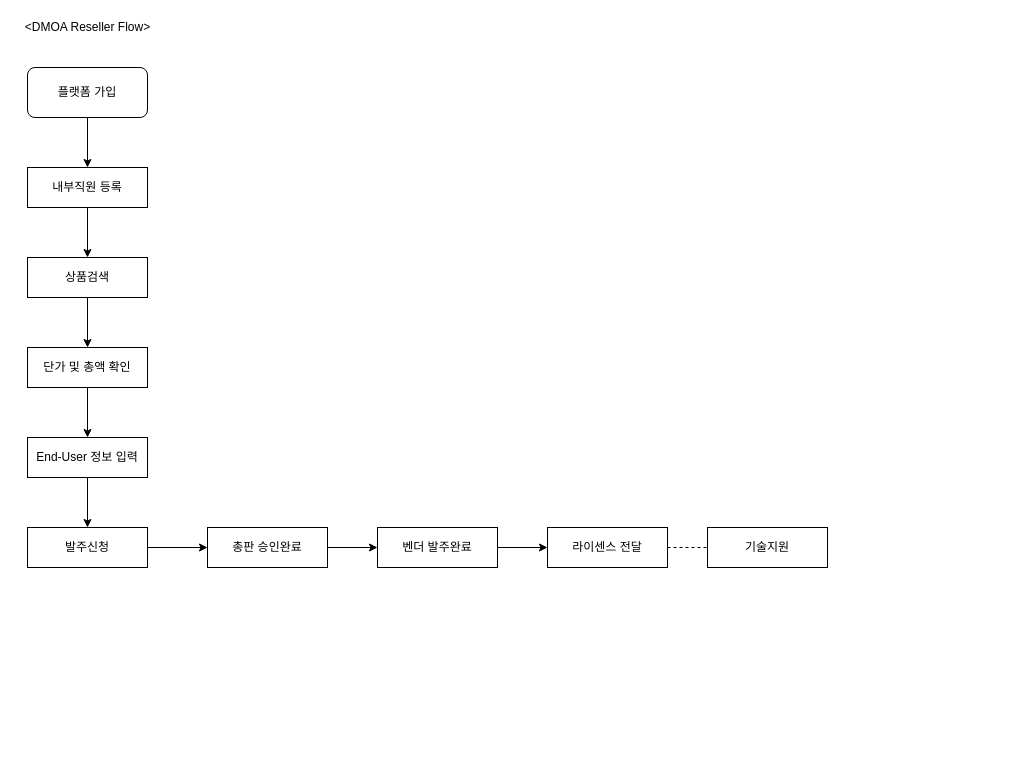
Earlier version of the draw.io diagram DMOA flow.drawio (Lucidhomme/TIL). Source tidied: cells renumbered, new cells numbered last; positions are measured from the earlier drawing's top-left corner, leaving out a move shared by most shapes. Both pictures are drawn from the tidied source at 100%, with x=0, y=0 at pixel (17, 17).
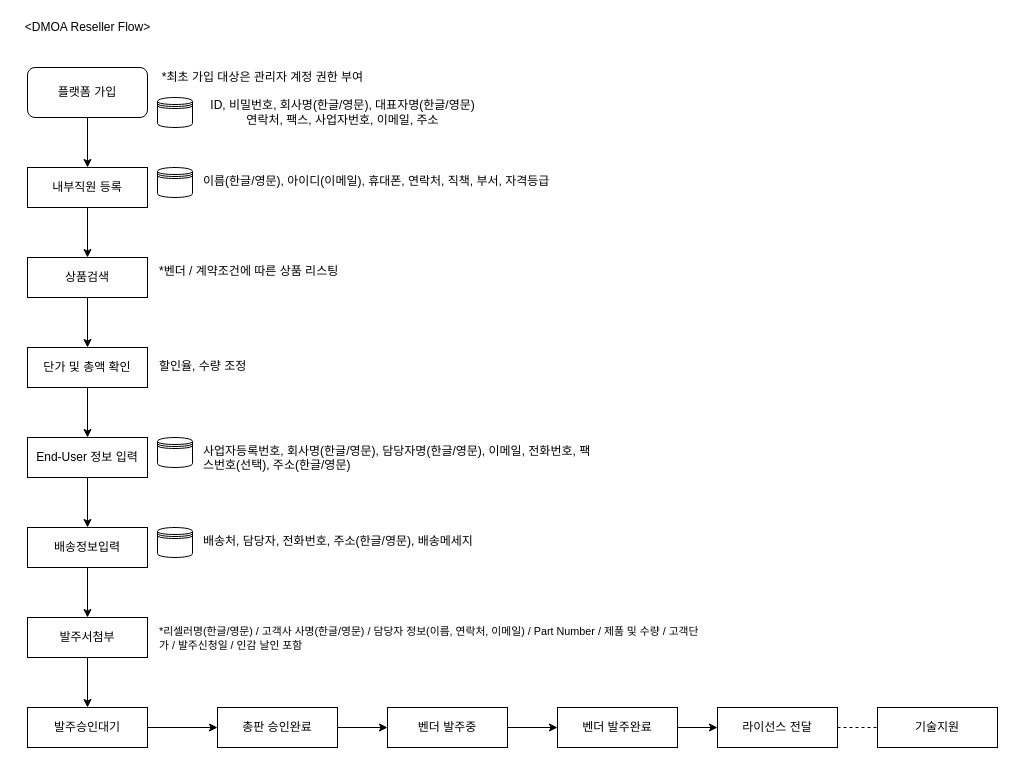
The same diagram, later.

Diff of the diagram source:
```diff
@@
-    <mxCell id="13" style="edgeStyle=orthogonalEdgeStyle;rounded=0;jettySize=auto;html=1;" parent="1" edge="1" source="14" target="16">
-      <mxGeometry relative="1" as="geometry" />
-    </mxCell>
+    <mxCell id="22" style="edgeStyle=orthogonalEdgeStyle;rounded=0;jettySize=auto;html=1;" parent="1" edge="1" source="14" target="34">
+      <mxGeometry relative="1" as="geometry" />
+    </mxCell>
-    <mxCell id="14" value="발주신청" style="rounded=0;whiteSpace=wrap;html=1;" parent="1" vertex="1">
+    <mxCell id="14" value="배송정보입력" style="rounded=0;whiteSpace=wrap;html=1;" parent="1" vertex="1">
       <mxGeometry x="10" y="510" width="120" height="40" as="geometry" />
     </mxCell>
@@
     <mxCell id="16" value="총판 승인완료" style="rounded=0;whiteSpace=wrap;html=1;" parent="1" vertex="1">
-      <mxGeometry x="190" y="510" width="120" height="40" as="geometry" />
+      <mxGeometry x="200" y="690" width="120" height="40" as="geometry" />
     </mxCell>
@@
-    <mxCell id="18" value="벤더 발주완료" style="rounded=0;whiteSpace=wrap;html=1;" parent="1" vertex="1">
-      <mxGeometry x="360" y="510" width="120" height="40" as="geometry" />
+    <mxCell id="18" value="벤더 발주중" style="rounded=0;whiteSpace=wrap;html=1;" parent="1" vertex="1">
+      <mxGeometry x="370" y="690" width="120" height="40" as="geometry" />
     </mxCell>
+    <mxCell id="23" style="edgeStyle=orthogonalEdgeStyle;rounded=0;jettySize=auto;html=1;fontColor=#000000;" parent="1" edge="1" source="19" target="40">
+      <mxGeometry relative="1" as="geometry" />
+    </mxCell>
-    <mxCell id="19" value="라이센스 전달" style="rounded=0;whiteSpace=wrap;html=1;" parent="1" vertex="1">
-      <mxGeometry x="530" y="510" width="120" height="40" as="geometry" />
+    <mxCell id="19" value="벤더 발주완료" style="rounded=0;whiteSpace=wrap;html=1;" parent="1" vertex="1">
+      <mxGeometry x="540" y="690" width="120" height="40" as="geometry" />
     </mxCell>
     <mxCell id="20" value="기술지원" style="rounded=0;whiteSpace=wrap;html=1;" parent="1" vertex="1">
-      <mxGeometry x="690" y="510" width="120" height="40" as="geometry" />
+      <mxGeometry x="860" y="690" width="120" height="40" as="geometry" />
     </mxCell>
     <mxCell id="21" style="endArrow=none;dashed=1;html=1;rounded=0;" parent="1" edge="1">
       <mxGeometry relative="1" as="geometry">
-        <mxPoint x="650" y="530" as="sourcePoint" />
-        <mxPoint x="690" y="530" as="targetPoint" />
+        <mxPoint x="820" y="710" as="sourcePoint" />
+        <mxPoint x="860" y="710" as="targetPoint" />
       </mxGeometry>
     </mxCell>
+    <mxCell id="24" style="shape=datastore;whiteSpace=wrap;html=1;" parent="1" vertex="1">
+      <mxGeometry x="140" y="80" width="35" height="30" as="geometry" />
+    </mxCell>
+    <mxCell id="25" value="*최초 가입 대상은 관리자 계정 권한 부여" style="text;html=1;align=center;verticalAlign=middle;fillColor=none;strokeColor=none;rounded=0;" parent="1" vertex="1">
+      <mxGeometry x="130" y="50" width="230" height="20" as="geometry" />
+    </mxCell>
+    <mxCell id="26" value="ID, 비밀번호, 회사명(한글/영문), 대표자명(한글/영문)&lt;br&gt;연락처, 팩스, 사업자번호, 이메일, 주소" style="text;html=1;align=center;verticalAlign=middle;fillColor=none;strokeColor=none;rounded=0;" parent="1" vertex="1">
+      <mxGeometry x="175" y="80" width="300" height="30" as="geometry" />
+    </mxCell>
+    <mxCell id="27" value="이름(한글/영문), 아이디(이메일), 휴대폰, 연락처, 직책, 부서, 자격등급" style="text;whiteSpace=wrap;html=1;" parent="1" vertex="1">
+      <mxGeometry x="184" y="150" width="400" height="30" as="geometry" />
+    </mxCell>
+    <mxCell id="28" style="shape=datastore;whiteSpace=wrap;html=1;" parent="1" vertex="1">
+      <mxGeometry x="140" y="150" width="35" height="30" as="geometry" />
+    </mxCell>
+    <mxCell id="29" style="shape=datastore;whiteSpace=wrap;html=1;" parent="1" vertex="1">
+      <mxGeometry x="140" y="420" width="35" height="30" as="geometry" />
+    </mxCell>
+    <mxCell id="30" value="*벤더 / 계약조건에 따른 상품 리스팅" style="text;whiteSpace=wrap;html=1;" parent="1" vertex="1">
+      <mxGeometry x="140" y="240" width="400" height="30" as="geometry" />
+    </mxCell>
+    <mxCell id="31" value="할인율, 수량 조정" style="text;whiteSpace=wrap;html=1;" parent="1" vertex="1">
+      <mxGeometry x="140" y="335" width="400" height="30" as="geometry" />
+    </mxCell>
+    <mxCell id="32" value="사업자등록번호, 회사명(한글/영문), 담당자명(한글/영문), 이메일, 전화번호, 팩스번호(선택), 주소(한글/영문)" style="text;whiteSpace=wrap;html=1;" parent="1" vertex="1">
+      <mxGeometry x="184" y="420" width="400" height="30" as="geometry" />
+    </mxCell>
+    <mxCell id="33" style="edgeStyle=orthogonalEdgeStyle;rounded=0;jettySize=auto;html=1;" parent="1" edge="1" source="34" target="36">
+      <mxGeometry relative="1" as="geometry" />
+    </mxCell>
+    <mxCell id="34" value="발주서첨부" style="rounded=0;whiteSpace=wrap;html=1;" parent="1" vertex="1">
+      <mxGeometry x="10" y="600" width="120" height="40" as="geometry" />
+    </mxCell>
+    <mxCell id="35" style="edgeStyle=orthogonalEdgeStyle;rounded=0;jettySize=auto;html=1;" parent="1" edge="1" source="36" target="16">
+      <mxGeometry relative="1" as="geometry" />
+    </mxCell>
+    <mxCell id="36" value="발주승인대기" style="rounded=0;whiteSpace=wrap;html=1;" parent="1" vertex="1">
+      <mxGeometry x="10" y="690" width="120" height="40" as="geometry" />
+    </mxCell>
+    <mxCell id="37" style="shape=datastore;whiteSpace=wrap;html=1;" parent="1" vertex="1">
+      <mxGeometry x="140" y="510" width="35" height="30" as="geometry" />
+    </mxCell>
+    <mxCell id="38" value="배송처, 담당자, 전화번호, 주소(한글/영문), 배송메세지" style="text;whiteSpace=wrap;html=1;" parent="1" vertex="1">
+      <mxGeometry x="184" y="510" width="320" height="30" as="geometry" />
+    </mxCell>
+    <mxCell id="39" value="&lt;span style=&quot;font-size: 10.8px ; font-style: normal ; letter-spacing: normal ; text-indent: 0px ; text-transform: none ; word-spacing: 0px ; background-color: rgb(255 , 255 , 255) ; display: inline ; float: none&quot;&gt;*리셀러명(한글/영문) / 고객사 사명(한글/영문) / 담당자 정보(이름, 연락처, 이메일) / Part Number / 제품 및 수량 / 고객단가 / 발주신청일 / 인감 날인 포함&lt;/span&gt;" style="text;whiteSpace=wrap;html=1;" parent="1" vertex="1">
+      <mxGeometry x="140" y="600" width="550" height="40" as="geometry" />
+    </mxCell>
+    <mxCell id="40" value="라이선스 전달" style="rounded=0;whiteSpace=wrap;html=1;" parent="1" vertex="1">
+      <mxGeometry x="700" y="690" width="120" height="40" as="geometry" />
+    </mxCell>
```
